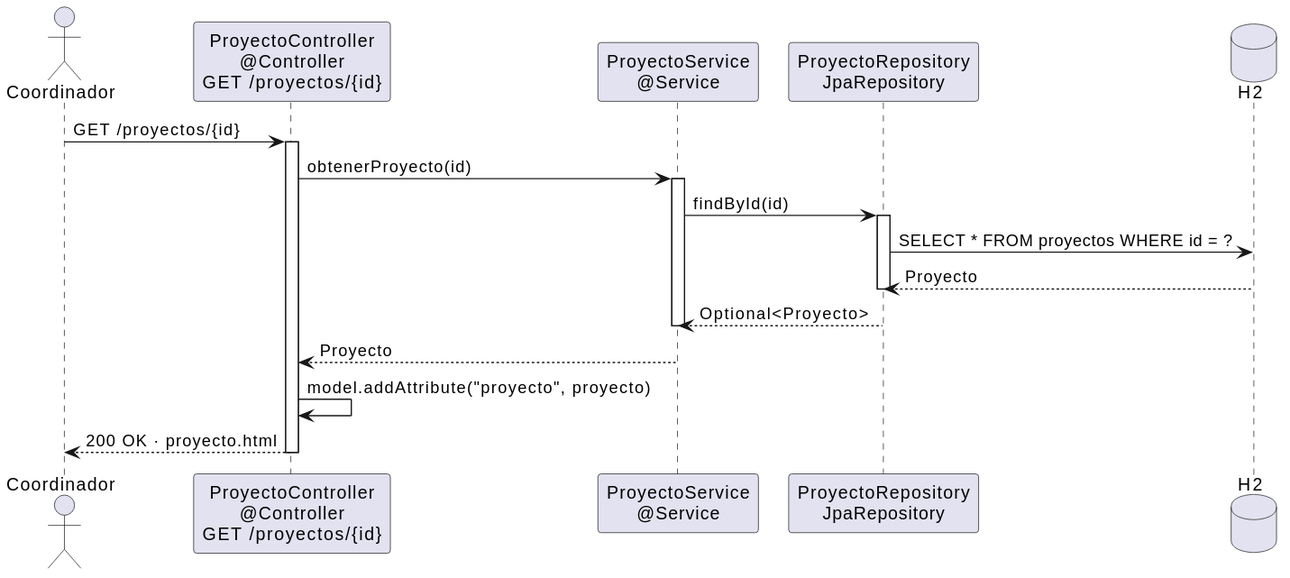
Above: images/diseño/abrirProyecto-diseño.svg in 31Diego/25-26-idsw2-sdVC (PlantUML), before the change. Its diagram source:
```plantuml
@startuml
skinparam linetype ortho

actor "Coordinador" as Coord
participant "ProyectoController\n@Controller\nGET /proyectos/{id}" as Ctrl
participant "ProyectoService\n@Service" as Service
participant "ProyectoRepository\nJpaRepository" as Repo
database "H2" as DB

Coord -> Ctrl : GET /proyectos/{id}
activate Ctrl

Ctrl -> Service : obtenerProyecto(id)
activate Service
Service -> Repo : findById(id)
activate Repo
Repo -> DB : SELECT * FROM proyectos WHERE id = ?
DB --> Repo : Proyecto
deactivate Repo
Repo --> Service : Optional<Proyecto>
deactivate Service
Service --> Ctrl : Proyecto

Ctrl -> Ctrl : model.addAttribute("proyecto", proyecto)
Ctrl --> Coord : 200 OK · proyecto.html
deactivate Ctrl
@enduml
```
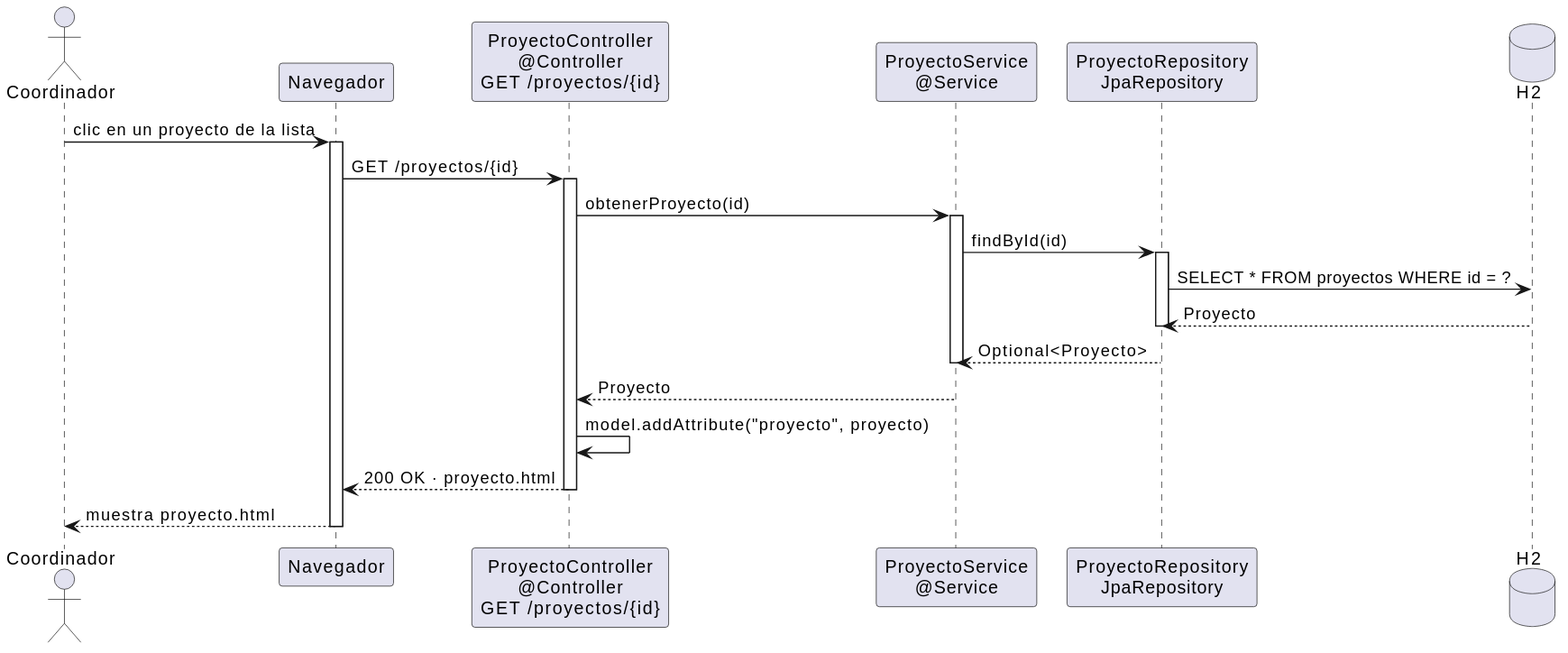
Later version of the same file.

Commit message:
fix: corregir diagramas de secuencia de diseño — añadir navegador antes de la petición HTTP

Change to the diagram source:
```diff
@@ -2,12 +2,15 @@
 skinparam linetype ortho
 
 actor "Coordinador" as Coord
+participant "Navegador" as Nav
 participant "ProyectoController\n@Controller\nGET /proyectos/{id}" as Ctrl
 participant "ProyectoService\n@Service" as Service
 participant "ProyectoRepository\nJpaRepository" as Repo
 database "H2" as DB
 
-Coord -> Ctrl : GET /proyectos/{id}
+Coord -> Nav : clic en un proyecto de la lista
+activate Nav
+Nav -> Ctrl : GET /proyectos/{id}
 activate Ctrl
 
 Ctrl -> Service : obtenerProyecto(id)
@@ -22,6 +25,8 @@
 Service --> Ctrl : Proyecto
 
 Ctrl -> Ctrl : model.addAttribute("proyecto", proyecto)
-Ctrl --> Coord : 200 OK · proyecto.html
+Ctrl --> Nav : 200 OK · proyecto.html
 deactivate Ctrl
+Nav --> Coord : muestra proyecto.html
+deactivate Nav
 @enduml
```
